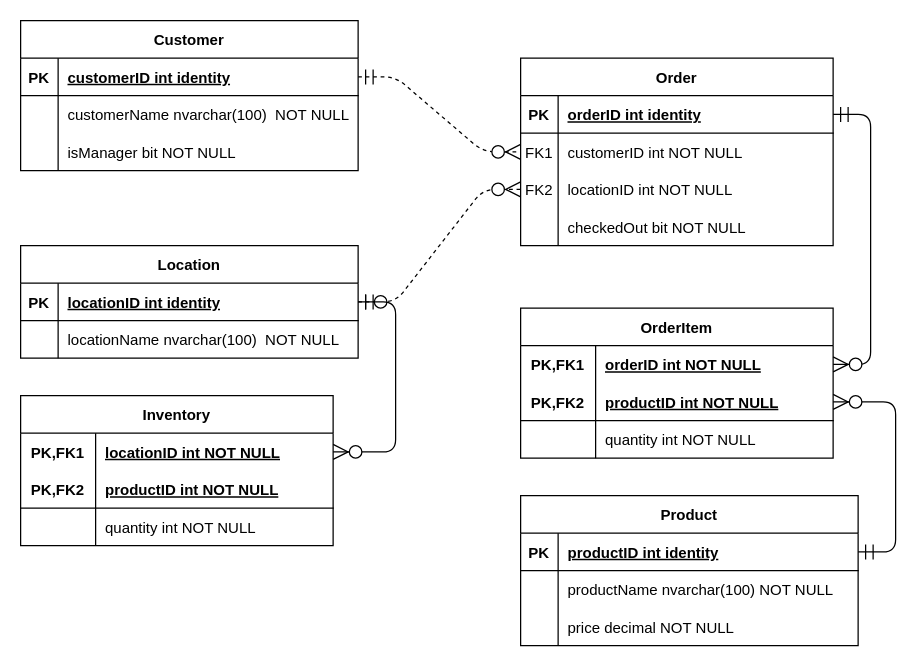
Above: doc/erdiagram.drawio in 210215-USF-NET/Alan_Libby-P0 (draw.io), before the change. Source tidied: cells renumbered, new cells numbered last; positions are measured from the earlier drawing's top-left corner, leaving out a move shared by most shapes. Both pictures are drawn from the tidied source at 125%, with x=0, y=0 at pixel (20, 20).
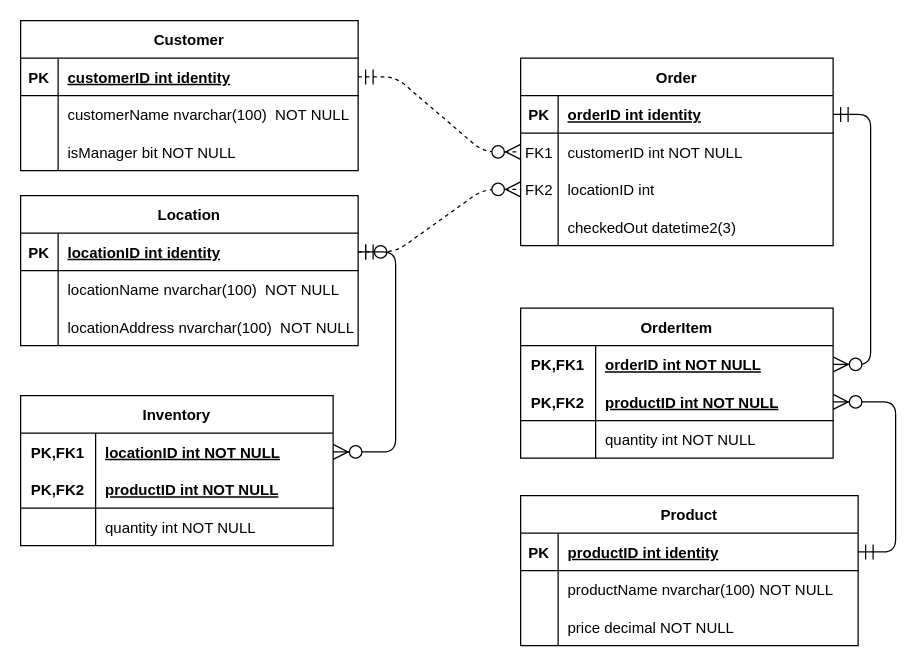
Above is the later version.

The change refers to these unchanged cells:
```xml
<mxCell id="9" style="shape=partialRectangle;fillColor=none;points=[[0,0.5],[1,0.5]];portConstraint=eastwest;top=0;left=0;right=0;bottom=0;" parent="2" vertex="1">
  <mxGeometry y="90" width="250" height="30" as="geometry" />
</mxCell>
<mxCell id="12" style="shape=partialRectangle;fillColor=none;top=0;left=0;right=0;bottom=0;" parent="2" vertex="1">
  <mxGeometry y="120" width="250" height="30" as="geometry" />
</mxCell>
```

Change to the diagram source:
```diff
@@
-    <mxCell id="11" value="locationID int NOT NULL" style="shape=partialRectangle;overflow=hidden;fillColor=none;top=0;left=0;bottom=0;right=0;align=left;spacingLeft=6;" parent="9" vertex="1">
+    <mxCell id="11" value="locationID int" style="shape=partialRectangle;overflow=hidden;fillColor=none;top=0;left=0;bottom=0;right=0;align=left;spacingLeft=6;" parent="9" vertex="1">
       <mxGeometry x="30" width="220" height="30" as="geometry" />
     </mxCell>
@@
-    <mxCell id="14" value="checkedOut bit NOT NULL" style="shape=partialRectangle;overflow=hidden;fillColor=none;top=0;left=0;bottom=0;right=0;align=left;spacingLeft=6;" parent="12" vertex="1">
+    <mxCell id="14" value="checkedOut datetime2(3)" style="shape=partialRectangle;overflow=hidden;fillColor=none;top=0;left=0;bottom=0;right=0;align=left;spacingLeft=6;" parent="12" vertex="1">
       <mxGeometry x="30" width="220" height="30" as="geometry" />
     </mxCell>
@@
     <mxCell id="37" value="Location" style="shape=table;startSize=30;childLayout=tableLayout;rowLines=0;fontStyle=1;align=center;" parent="1" vertex="1">
-      <mxGeometry y="180" width="270" height="90" as="geometry" />
+      <mxGeometry y="140" width="270" height="120" as="geometry" />
     </mxCell>
@@
+    <mxCell id="67" style="shape=partialRectangle;fillColor=none;top=0;left=0;right=0;bottom=0;" parent="37" vertex="1">
+      <mxGeometry y="90" width="270" height="30" as="geometry" />
+    </mxCell>
+    <mxCell id="68" style="shape=partialRectangle;overflow=hidden;fillColor=none;top=0;left=0;bottom=0;right=0;" parent="67" vertex="1">
+      <mxGeometry width="30" height="30" as="geometry" />
+    </mxCell>
+    <mxCell id="69" value="locationAddress nvarchar(100)  NOT NULL" style="shape=partialRectangle;overflow=hidden;fillColor=none;top=0;left=0;bottom=0;right=0;align=left;spacingLeft=6;" parent="67" vertex="1">
+      <mxGeometry x="30" width="240" height="30" as="geometry" />
+    </mxCell>
```
